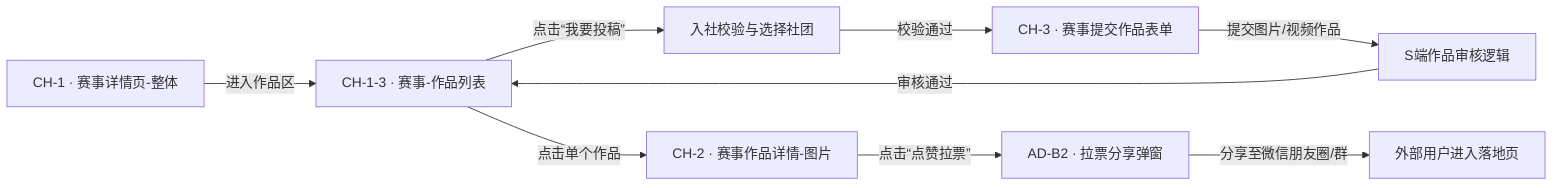
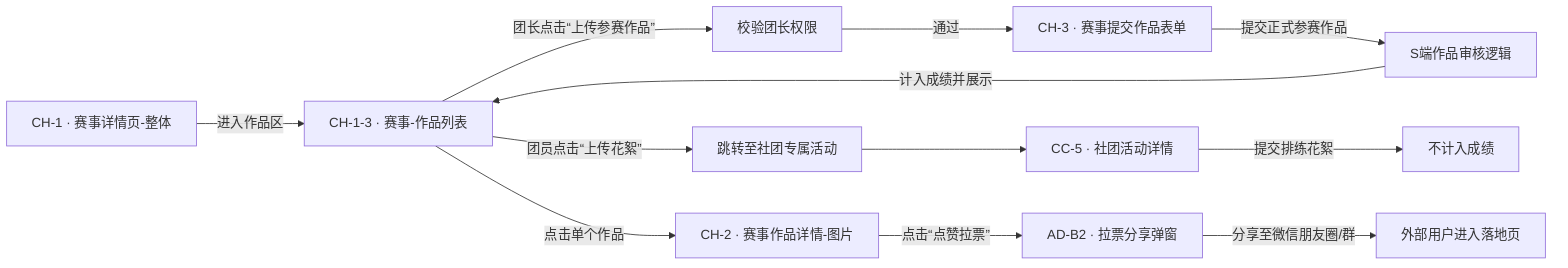
graph LR
    A[CH-1 · 赛事详情页-整体] -- 进入作品区 --> B[CH-1-3 · 赛事-作品列表]
-     B -- 点击“我要投稿” --> C[入社校验与选择社团]
-     C -- 校验通过 --> D[CH-3 · 赛事提交作品表单]
-     D -- 提交图片/视频作品 --> E[S端作品审核逻辑]
-     E -- 审核通过 --> B
+ 
+     B -- 团长点击“上传参赛作品” --> C1[校验团长权限]
+     C1 -- 通过 --> D1[CH-3 · 赛事提交作品表单]
+     D1 -- 提交正式参赛作品 --> E1[S端作品审核逻辑]
+     E1 -- 计入成绩并展示 --> B
+ 
+     B -- 团员点击“上传花絮” --> C2[跳转至社团专属活动]
+     C2 --> D2[CC-5 · 社团活动详情]
+     D2 -- 提交排练花絮 --> E2[不计入成绩]

    B -- 点击单个作品 --> F[CH-2 · 赛事作品详情-图片]
    F -- 点击“点赞拉票” --> G[AD-B2 · 拉票分享弹窗]
    G -- 分享至微信朋友圈/群 --> H[外部用户进入落地页]
